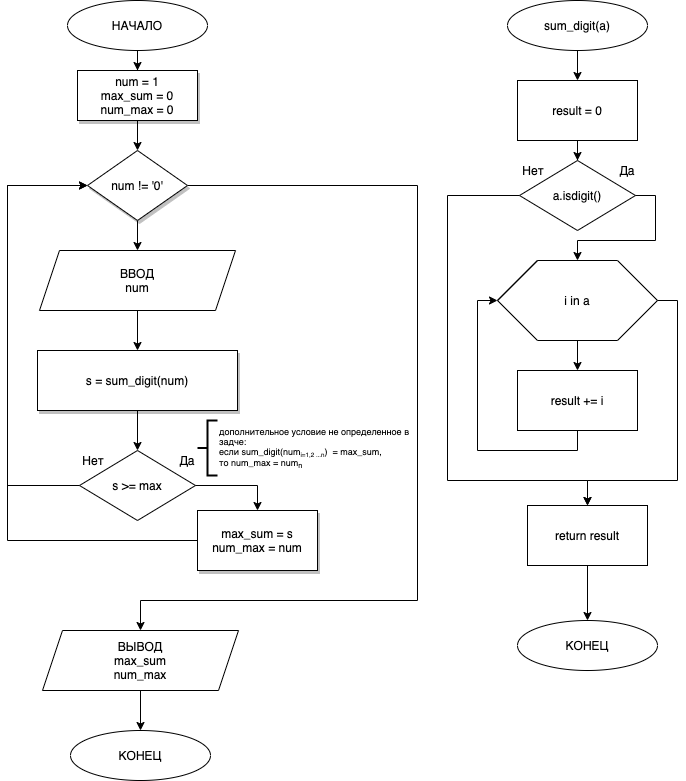
This is lesson_02-task_02_09.png from RSV48/algorithms, a draw.io export, as it was before one commit. Source tidied: cells renumbered, new cells last; positions are measured from the earlier drawing's top-left corner, leaving out a move shared by most shapes. The source it was exported from:
```xml
<mxGraphModel>
  <root>
    <mxCell id="0" />
    <mxCell id="1" parent="0" />
    <mxCell id="2" style="edgeStyle=orthogonalEdgeStyle;rounded=0;jettySize=auto;html=1;" parent="1" edge="1" source="3" target="12">
      <mxGeometry relative="1" as="geometry" />
    </mxCell>
    <mxCell id="3" value="НАЧАЛО" style="ellipse;whiteSpace=wrap;html=1;" parent="1" vertex="1">
      <mxGeometry x="60" width="140" height="50" as="geometry" />
    </mxCell>
    <mxCell id="4" style="edgeStyle=orthogonalEdgeStyle;rounded=0;jettySize=auto;html=1;entryX=0.5;entryY=0;entryDx=0;entryDy=0;" parent="1" edge="1" source="5" target="7">
      <mxGeometry relative="1" as="geometry" />
    </mxCell>
    <mxCell id="5" value="ВВОД&lt;br&gt;num" style="shape=parallelogram;perimeter=parallelogramPerimeter;whiteSpace=wrap;html=1;fixedSize=1;" parent="1" vertex="1">
      <mxGeometry x="32" y="250" width="196" height="60" as="geometry" />
    </mxCell>
    <mxCell id="6" style="edgeStyle=orthogonalEdgeStyle;rounded=0;jettySize=auto;html=1;exitX=0.5;exitY=1;exitDx=0;exitDy=0;" parent="1" edge="1" source="7" target="14">
      <mxGeometry relative="1" as="geometry" />
    </mxCell>
    <mxCell id="7" value="s = sum_digit(num)" style="rounded=0;whiteSpace=wrap;html=1;shadow=1;fillColor=#ffffff;" parent="1" vertex="1">
      <mxGeometry x="30" y="350" width="200" height="60" as="geometry" />
    </mxCell>
    <mxCell id="8" style="edgeStyle=orthogonalEdgeStyle;rounded=0;jettySize=auto;html=1;entryX=0.5;entryY=0;entryDx=0;entryDy=0;" parent="1" edge="1" source="10" target="5">
      <mxGeometry relative="1" as="geometry" />
    </mxCell>
    <mxCell id="9" style="edgeStyle=orthogonalEdgeStyle;rounded=0;jettySize=auto;html=1;entryX=0.5;entryY=0;entryDx=0;entryDy=0;" parent="1" edge="1" source="10" target="23">
      <mxGeometry relative="1" as="geometry">
        <Array as="points">
          <mxPoint x="410" y="185" />
          <mxPoint x="410" y="600" />
          <mxPoint x="133" y="600" />
        </Array>
      </mxGeometry>
    </mxCell>
    <mxCell id="10" value="num != '0'" style="rhombus;whiteSpace=wrap;html=1;shadow=1;fillColor=#ffffff;" parent="1" vertex="1">
      <mxGeometry x="80" y="150" width="100" height="70" as="geometry" />
    </mxCell>
    <mxCell id="11" style="edgeStyle=orthogonalEdgeStyle;rounded=0;jettySize=auto;html=1;entryX=0.5;entryY=0;entryDx=0;entryDy=0;" parent="1" edge="1" source="12" target="10">
      <mxGeometry relative="1" as="geometry" />
    </mxCell>
    <mxCell id="12" value="num = 1&lt;br&gt;max_sum = 0&lt;br&gt;num_max = 0" style="rounded=0;whiteSpace=wrap;html=1;shadow=1;fillColor=#ffffff;" parent="1" vertex="1">
      <mxGeometry x="70" y="70" width="120" height="50" as="geometry" />
    </mxCell>
    <mxCell id="13" style="group;" parent="1" vertex="1">
      <mxGeometry x="66" y="450" width="134" height="70" as="geometry" />
    </mxCell>
    <mxCell id="14" value="s &amp;gt;= max" style="rhombus;whiteSpace=wrap;html=1;" parent="13" vertex="1">
      <mxGeometry x="6" width="116" height="70" as="geometry" />
    </mxCell>
    <mxCell id="15" value="Нет" style="text;html=1;strokeColor=none;fillColor=none;align=center;verticalAlign=middle;whiteSpace=wrap;rounded=0;shadow=1;" parent="13" vertex="1">
      <mxGeometry width="40" height="20" as="geometry" />
    </mxCell>
    <mxCell id="16" style="edgeStyle=orthogonalEdgeStyle;rounded=0;orthogonalLoop=1;jettySize=auto;html=1;exitX=0.5;exitY=1;exitDx=0;exitDy=0;" parent="13" edge="1" source="15" target="15">
      <mxGeometry relative="1" as="geometry" />
    </mxCell>
    <mxCell id="17" value="Да" style="text;html=1;strokeColor=none;fillColor=none;align=center;verticalAlign=middle;whiteSpace=wrap;rounded=0;shadow=1;" parent="13" vertex="1">
      <mxGeometry x="94" width="40" height="20" as="geometry" />
    </mxCell>
    <mxCell id="18" style="edgeStyle=orthogonalEdgeStyle;rounded=0;jettySize=auto;html=1;entryX=0;entryY=0.5;entryDx=0;entryDy=0;" parent="1" edge="1" source="19" target="10">
      <mxGeometry relative="1" as="geometry">
        <Array as="points">
          <mxPoint y="540" />
          <mxPoint y="185" />
        </Array>
      </mxGeometry>
    </mxCell>
    <mxCell id="19" value="max_sum = s&lt;br&gt;num_max = num" style="rounded=0;whiteSpace=wrap;html=1;shadow=1;fillColor=#ffffff;" parent="1" vertex="1">
      <mxGeometry x="190" y="510" width="120" height="60" as="geometry" />
    </mxCell>
    <mxCell id="20" style="edgeStyle=orthogonalEdgeStyle;rounded=0;jettySize=auto;html=1;entryX=0.5;entryY=0;entryDx=0;entryDy=0;" parent="1" edge="1" source="14" target="19">
      <mxGeometry relative="1" as="geometry" />
    </mxCell>
    <mxCell id="21" style="edgeStyle=orthogonalEdgeStyle;rounded=0;jettySize=auto;html=1;entryX=0;entryY=0.5;entryDx=0;entryDy=0;" parent="1" edge="1" source="14" target="10">
      <mxGeometry relative="1" as="geometry">
        <Array as="points">
          <mxPoint y="485" />
          <mxPoint y="185" />
        </Array>
      </mxGeometry>
    </mxCell>
    <mxCell id="22" style="edgeStyle=orthogonalEdgeStyle;rounded=0;jettySize=auto;html=1;entryX=0.5;entryY=0;entryDx=0;entryDy=0;" parent="1" edge="1" source="23" target="24">
      <mxGeometry relative="1" as="geometry" />
    </mxCell>
    <mxCell id="23" value="ВЫВОД&lt;br&gt;max_sum&lt;br&gt;num_max" style="shape=parallelogram;perimeter=parallelogramPerimeter;whiteSpace=wrap;html=1;fixedSize=1;" parent="1" vertex="1">
      <mxGeometry x="35" y="630" width="196" height="60" as="geometry" />
    </mxCell>
    <mxCell id="24" value="КОНЕЦ" style="ellipse;whiteSpace=wrap;html=1;" parent="1" vertex="1">
      <mxGeometry x="63" y="730" width="140" height="50" as="geometry" />
    </mxCell>
    <mxCell id="25" style="edgeStyle=orthogonalEdgeStyle;rounded=0;jettySize=auto;html=1;" parent="1" edge="1" source="26" target="39">
      <mxGeometry relative="1" as="geometry" />
    </mxCell>
    <mxCell id="26" value="sum_digit(a)" style="ellipse;whiteSpace=wrap;html=1;" parent="1" vertex="1">
      <mxGeometry x="500" width="140" height="50" as="geometry" />
    </mxCell>
    <mxCell id="27" style="group;shadow=0;fillColor=#ffffff;" parent="1" vertex="1">
      <mxGeometry x="490" y="260" width="160" height="80" as="geometry" />
    </mxCell>
    <mxCell id="28" value="i in a" style="text;html=1;align=center;verticalAlign=middle;whiteSpace=wrap;rounded=0;shadow=0;fillColor=#ffffff;" parent="27" vertex="1">
      <mxGeometry width="160" height="80" as="geometry" />
    </mxCell>
    <mxCell id="29" style="endArrow=none;html=1;" parent="27" edge="1">
      <mxGeometry relative="1" as="geometry">
        <mxPoint y="40" as="sourcePoint" />
        <mxPoint x="40" as="targetPoint" />
      </mxGeometry>
    </mxCell>
    <mxCell id="30" style="endArrow=none;html=1;" parent="27" edge="1">
      <mxGeometry relative="1" as="geometry">
        <mxPoint y="40" as="sourcePoint" />
        <mxPoint x="40" as="targetPoint" />
        <Array as="points">
          <mxPoint x="20" y="20" />
        </Array>
      </mxGeometry>
    </mxCell>
    <mxCell id="31" style="endArrow=none;html=1;" parent="27" edge="1">
      <mxGeometry relative="1" as="geometry">
        <mxPoint x="40" as="sourcePoint" />
        <mxPoint x="120" as="targetPoint" />
      </mxGeometry>
    </mxCell>
    <mxCell id="32" style="endArrow=none;html=1;" parent="27" edge="1">
      <mxGeometry relative="1" as="geometry">
        <mxPoint x="120" y="80" as="sourcePoint" />
        <mxPoint x="160" y="40" as="targetPoint" />
      </mxGeometry>
    </mxCell>
    <mxCell id="33" style="endArrow=none;html=1;" parent="27" edge="1">
      <mxGeometry relative="1" as="geometry">
        <mxPoint x="40" y="80" as="sourcePoint" />
        <mxPoint y="40" as="targetPoint" />
      </mxGeometry>
    </mxCell>
    <mxCell id="34" style="endArrow=none;html=1;" parent="27" edge="1">
      <mxGeometry relative="1" as="geometry">
        <mxPoint x="160" y="40" as="sourcePoint" />
        <mxPoint x="120" as="targetPoint" />
      </mxGeometry>
    </mxCell>
    <mxCell id="35" style="endArrow=none;html=1;" parent="27" edge="1">
      <mxGeometry relative="1" as="geometry">
        <mxPoint x="40" y="80" as="sourcePoint" />
        <mxPoint x="120" y="80" as="targetPoint" />
      </mxGeometry>
    </mxCell>
    <mxCell id="36" style="edgeStyle=orthogonalEdgeStyle;rounded=0;jettySize=auto;html=1;exitX=0.5;exitY=1;exitDx=0;exitDy=0;entryX=0;entryY=0.5;entryDx=0;entryDy=0;" parent="1" edge="1" source="37" target="28">
      <mxGeometry relative="1" as="geometry" />
    </mxCell>
    <mxCell id="37" value="result += i" style="rounded=0;whiteSpace=wrap;html=1;shadow=0;fillColor=#ffffff;" parent="1" vertex="1">
      <mxGeometry x="510" y="370" width="120" height="60" as="geometry" />
    </mxCell>
    <mxCell id="38" style="edgeStyle=orthogonalEdgeStyle;rounded=0;jettySize=auto;html=1;" parent="1" edge="1" source="39" target="46">
      <mxGeometry relative="1" as="geometry" />
    </mxCell>
    <mxCell id="39" value="result = 0" style="rounded=0;whiteSpace=wrap;html=1;shadow=0;fillColor=#ffffff;" parent="1" vertex="1">
      <mxGeometry x="510" y="80" width="120" height="60" as="geometry" />
    </mxCell>
    <mxCell id="40" style="edgeStyle=orthogonalEdgeStyle;rounded=0;jettySize=auto;html=1;entryX=0.5;entryY=0;entryDx=0;entryDy=0;" parent="1" edge="1" source="28" target="37">
      <mxGeometry relative="1" as="geometry" />
    </mxCell>
    <mxCell id="41" style="edgeStyle=orthogonalEdgeStyle;rounded=0;jettySize=auto;html=1;" parent="1" edge="1" source="42" target="44">
      <mxGeometry relative="1" as="geometry" />
    </mxCell>
    <mxCell id="42" value="return result" style="rounded=0;whiteSpace=wrap;html=1;shadow=0;fillColor=#ffffff;" parent="1" vertex="1">
      <mxGeometry x="520" y="505" width="120" height="60" as="geometry" />
    </mxCell>
    <mxCell id="43" style="edgeStyle=orthogonalEdgeStyle;rounded=0;jettySize=auto;html=1;exitX=1;exitY=0.5;exitDx=0;exitDy=0;entryX=0.5;entryY=0;entryDx=0;entryDy=0;" parent="1" edge="1" source="28" target="42">
      <mxGeometry relative="1" as="geometry">
        <Array as="points">
          <mxPoint x="670" y="300" />
          <mxPoint x="670" y="480" />
          <mxPoint x="580" y="480" />
        </Array>
      </mxGeometry>
    </mxCell>
    <mxCell id="44" value="КОНЕЦ" style="ellipse;whiteSpace=wrap;html=1;shadow=0;fillColor=#ffffff;" parent="1" vertex="1">
      <mxGeometry x="510" y="620" width="140" height="50" as="geometry" />
    </mxCell>
    <mxCell id="45" style="group;shadow=0;fillColor=#ffffff;" parent="1" vertex="1">
      <mxGeometry x="506" y="160" width="134" height="70" as="geometry" />
    </mxCell>
    <mxCell id="46" value="a.isdigit()" style="rhombus;whiteSpace=wrap;html=1;" parent="45" vertex="1">
      <mxGeometry x="6" width="116" height="70" as="geometry" />
    </mxCell>
    <mxCell id="47" value="Нет" style="text;html=1;strokeColor=none;fillColor=none;align=center;verticalAlign=middle;whiteSpace=wrap;rounded=0;shadow=1;" parent="45" vertex="1">
      <mxGeometry width="40" height="20" as="geometry" />
    </mxCell>
    <mxCell id="48" style="edgeStyle=orthogonalEdgeStyle;rounded=0;orthogonalLoop=1;jettySize=auto;html=1;exitX=0.5;exitY=1;exitDx=0;exitDy=0;" parent="45" edge="1" source="47" target="47">
      <mxGeometry relative="1" as="geometry" />
    </mxCell>
    <mxCell id="49" value="Да" style="text;html=1;strokeColor=none;fillColor=none;align=center;verticalAlign=middle;whiteSpace=wrap;rounded=0;shadow=1;" parent="45" vertex="1">
      <mxGeometry x="94" width="40" height="20" as="geometry" />
    </mxCell>
    <mxCell id="50" style="edgeStyle=orthogonalEdgeStyle;rounded=0;jettySize=auto;html=1;exitX=1;exitY=0.5;exitDx=0;exitDy=0;entryX=0.5;entryY=0;entryDx=0;entryDy=0;" parent="1" edge="1" source="46" target="28">
      <mxGeometry relative="1" as="geometry">
        <Array as="points">
          <mxPoint x="648" y="195" />
          <mxPoint x="648" y="240" />
          <mxPoint x="570" y="240" />
        </Array>
      </mxGeometry>
    </mxCell>
    <mxCell id="51" style="edgeStyle=orthogonalEdgeStyle;rounded=0;jettySize=auto;html=1;entryX=0.5;entryY=0;entryDx=0;entryDy=0;" parent="1" edge="1" source="46" target="42">
      <mxGeometry relative="1" as="geometry">
        <Array as="points">
          <mxPoint x="440" y="195" />
          <mxPoint x="440" y="480" />
          <mxPoint x="580" y="480" />
        </Array>
      </mxGeometry>
    </mxCell>
    <mxCell id="52" value="дополнительное условие не определенное в&lt;br&gt;задче:&lt;br&gt;если sum_digit(num&lt;span style=&quot;font-size: 7.5px&quot;&gt;&lt;sub&gt;i=1,2 ...n&lt;/sub&gt;&lt;/span&gt;)&amp;nbsp; = max_sum,&lt;br style=&quot;font-size: 9px&quot;&gt;то num_max = num&lt;sub&gt;n&lt;/sub&gt;" style="strokeWidth=2;html=1;shape=mxgraph.flowchart.annotation_2;align=left;labelPosition=right;shadow=0;fillColor=#ffffff;fontSize=9;" parent="1" vertex="1">
      <mxGeometry x="190" y="420" width="20" height="55" as="geometry" />
    </mxCell>
  </root>
</mxGraphModel>
```
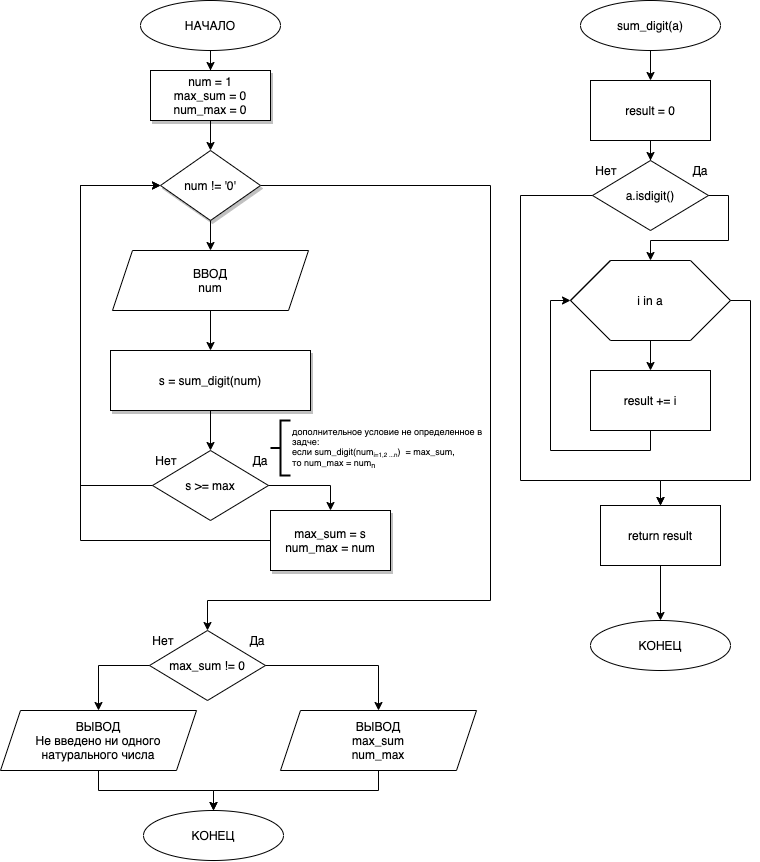
Later version of the same file.

Change to the diagram source:
```diff
@@ -23,12 +23,12 @@
     <mxCell id="8" style="edgeStyle=orthogonalEdgeStyle;rounded=0;jettySize=auto;html=1;entryX=0.5;entryY=0;entryDx=0;entryDy=0;" parent="1" edge="1" source="10" target="5">
       <mxGeometry relative="1" as="geometry" />
     </mxCell>
-    <mxCell id="9" style="edgeStyle=orthogonalEdgeStyle;rounded=0;jettySize=auto;html=1;entryX=0.5;entryY=0;entryDx=0;entryDy=0;" parent="1" edge="1" source="10" target="23">
+    <mxCell id="9" style="edgeStyle=orthogonalEdgeStyle;rounded=0;jettySize=auto;html=1;entryX=0.5;entryY=0;entryDx=0;entryDy=0;" parent="1" edge="1" source="10" target="54">
       <mxGeometry relative="1" as="geometry">
         <Array as="points">
           <mxPoint x="410" y="185" />
           <mxPoint x="410" y="600" />
-          <mxPoint x="133" y="600" />
+          <mxPoint x="127" y="600" />
         </Array>
       </mxGeometry>
     </mxCell>
@@ -82,10 +82,10 @@
       <mxGeometry relative="1" as="geometry" />
     </mxCell>
     <mxCell id="23" value="ВЫВОД&lt;br&gt;max_sum&lt;br&gt;num_max" style="shape=parallelogram;perimeter=parallelogramPerimeter;whiteSpace=wrap;html=1;fixedSize=1;" parent="1" vertex="1">
-      <mxGeometry x="35" y="630" width="196" height="60" as="geometry" />
+      <mxGeometry x="200" y="710" width="196" height="60" as="geometry" />
     </mxCell>
     <mxCell id="24" value="КОНЕЦ" style="ellipse;whiteSpace=wrap;html=1;" parent="1" vertex="1">
-      <mxGeometry x="63" y="730" width="140" height="50" as="geometry" />
+      <mxGeometry x="63" y="810" width="140" height="50" as="geometry" />
     </mxCell>
     <mxCell id="25" style="edgeStyle=orthogonalEdgeStyle;rounded=0;jettySize=auto;html=1;" parent="1" edge="1" source="26" target="39">
       <mxGeometry relative="1" as="geometry" />
@@ -213,5 +213,32 @@
     <mxCell id="52" value="дополнительное условие не определенное в&lt;br&gt;задче:&lt;br&gt;если sum_digit(num&lt;span style=&quot;font-size: 7.5px&quot;&gt;&lt;sub&gt;i=1,2 ...n&lt;/sub&gt;&lt;/span&gt;)&amp;nbsp; = max_sum,&lt;br style=&quot;font-size: 9px&quot;&gt;то num_max = num&lt;sub&gt;n&lt;/sub&gt;" style="strokeWidth=2;html=1;shape=mxgraph.flowchart.annotation_2;align=left;labelPosition=right;shadow=0;fillColor=#ffffff;fontSize=9;" parent="1" vertex="1">
       <mxGeometry x="190" y="420" width="20" height="55" as="geometry" />
     </mxCell>
+    <mxCell id="53" style="group;shadow=0;fillColor=#ffffff;fontSize=12;" parent="1" vertex="1">
+      <mxGeometry x="63" y="630" width="134" height="70" as="geometry" />
+    </mxCell>
+    <mxCell id="54" value="max_sum != 0" style="rhombus;whiteSpace=wrap;html=1;" parent="53" vertex="1">
+      <mxGeometry x="6" width="116" height="70" as="geometry" />
+    </mxCell>
+    <mxCell id="55" value="Нет" style="text;html=1;strokeColor=none;fillColor=none;align=center;verticalAlign=middle;whiteSpace=wrap;rounded=0;shadow=1;" parent="53" vertex="1">
+      <mxGeometry width="40" height="20" as="geometry" />
+    </mxCell>
+    <mxCell id="56" style="edgeStyle=orthogonalEdgeStyle;rounded=0;orthogonalLoop=1;jettySize=auto;html=1;exitX=0.5;exitY=1;exitDx=0;exitDy=0;" parent="53" edge="1" source="55" target="55">
+      <mxGeometry relative="1" as="geometry" />
+    </mxCell>
+    <mxCell id="57" value="Да" style="text;html=1;strokeColor=none;fillColor=none;align=center;verticalAlign=middle;whiteSpace=wrap;rounded=0;shadow=1;" parent="53" vertex="1">
+      <mxGeometry x="94" width="40" height="20" as="geometry" />
+    </mxCell>
+    <mxCell id="58" style="edgeStyle=orthogonalEdgeStyle;rounded=0;jettySize=auto;html=1;entryX=0.5;entryY=0;entryDx=0;entryDy=0;fontSize=12;" parent="1" edge="1" source="54" target="23">
+      <mxGeometry relative="1" as="geometry" />
+    </mxCell>
+    <mxCell id="59" style="edgeStyle=orthogonalEdgeStyle;rounded=0;jettySize=auto;html=1;entryX=0.5;entryY=0;entryDx=0;entryDy=0;fontSize=12;" parent="1" edge="1" source="60" target="24">
+      <mxGeometry relative="1" as="geometry" />
+    </mxCell>
+    <mxCell id="60" value="ВЫВОД&lt;br&gt;Не введено ни одного натурального числа" style="shape=parallelogram;perimeter=parallelogramPerimeter;whiteSpace=wrap;html=1;fixedSize=1;shadow=0;fillColor=#ffffff;fontSize=12;" parent="1" vertex="1">
+      <mxGeometry x="-80" y="710" width="196" height="60" as="geometry" />
+    </mxCell>
+    <mxCell id="61" style="edgeStyle=orthogonalEdgeStyle;rounded=0;jettySize=auto;html=1;fontSize=12;exitX=0;exitY=0.5;exitDx=0;exitDy=0;" parent="1" edge="1" source="54" target="60">
+      <mxGeometry relative="1" as="geometry" />
+    </mxCell>
   </root>
 </mxGraphModel>
```
